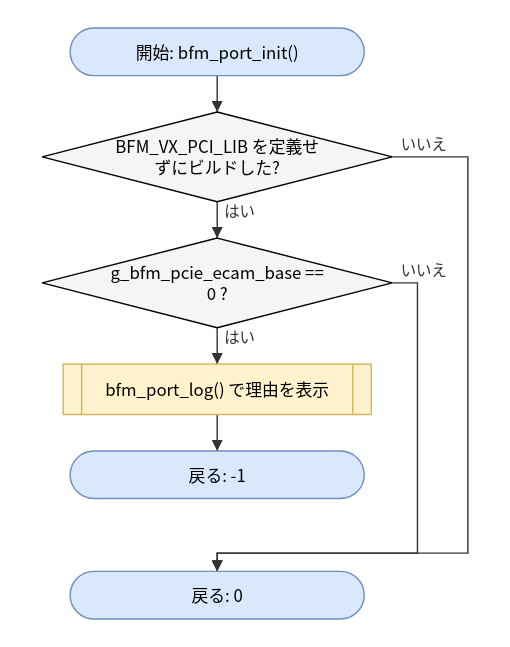
hf355051012-ai/bfmem keeps this draw.io diagram as doc/spec/images/flow_port_vxworks_port_vxworks__bfm_port_init.drawio.svg. Above is the earlier version. Source tidied: cells renumbered, new cells last; positions are measured from the earlier drawing's top-left corner, leaving out a move shared by most shapes.
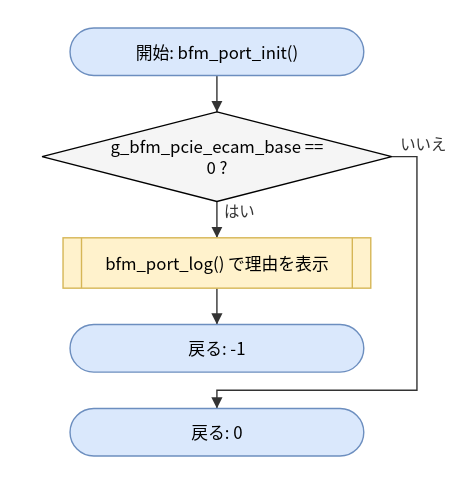
The same file after the commit.

Diff of the diagram source:
```diff
@@ -5,50 +5,35 @@
     <mxCell id="2" value="開始: bfm_port_init()" style="rounded=1;arcSize=50;whiteSpace=wrap;html=1;fillColor=#dae8fc;strokeColor=#6c8ebf;" parent="1" vertex="1">
       <mxGeometry x="20" width="210" height="34" as="geometry" />
     </mxCell>
-    <mxCell id="3" value="BFM_VX_PCI_LIB を定義せ&lt;br&gt;ずにビルドした?" style="rhombus;whiteSpace=wrap;html=1;fillColor=#f5f5f5;" parent="1" vertex="1">
+    <mxCell id="3" value="g_bfm_pcie_ecam_base ==&lt;br&gt;0 ?" style="rhombus;whiteSpace=wrap;html=1;fillColor=#f5f5f5;" parent="1" vertex="1">
       <mxGeometry y="60" width="250" height="64" as="geometry" />
     </mxCell>
-    <mxCell id="4" value="g_bfm_pcie_ecam_base ==&lt;br&gt;0 ?" style="rhombus;whiteSpace=wrap;html=1;fillColor=#f5f5f5;" parent="1" vertex="1">
-      <mxGeometry y="150" width="250" height="64" as="geometry" />
+    <mxCell id="4" value="bfm_port_log() で理由を表示" style="shape=process;whiteSpace=wrap;html=1;backgroundOutline=1;size=0.06;fillColor=#fff2cc;strokeColor=#d6b656;" parent="1" vertex="1">
+      <mxGeometry x="15" y="150" width="220" height="36" as="geometry" />
     </mxCell>
-    <mxCell id="5" value="bfm_port_log() で理由を表示" style="shape=process;whiteSpace=wrap;html=1;backgroundOutline=1;size=0.06;fillColor=#fff2cc;strokeColor=#d6b656;" parent="1" vertex="1">
-      <mxGeometry x="15" y="240" width="220" height="36" as="geometry" />
+    <mxCell id="5" value="戻る: -1" style="rounded=1;arcSize=50;whiteSpace=wrap;html=1;fillColor=#dae8fc;strokeColor=#6c8ebf;" parent="1" vertex="1">
+      <mxGeometry x="20" y="212" width="210" height="34" as="geometry" />
     </mxCell>
-    <mxCell id="6" value="戻る: -1" style="rounded=1;arcSize=50;whiteSpace=wrap;html=1;fillColor=#dae8fc;strokeColor=#6c8ebf;" parent="1" vertex="1">
-      <mxGeometry x="20" y="302" width="210" height="34" as="geometry" />
+    <mxCell id="6" value="戻る: 0" style="rounded=1;arcSize=50;whiteSpace=wrap;html=1;fillColor=#dae8fc;strokeColor=#6c8ebf;" parent="1" vertex="1">
+      <mxGeometry x="20" y="272" width="210" height="34" as="geometry" />
     </mxCell>
-    <mxCell id="7" value="戻る: 0" style="rounded=1;arcSize=50;whiteSpace=wrap;html=1;fillColor=#dae8fc;strokeColor=#6c8ebf;" parent="1" vertex="1">
-      <mxGeometry x="20" y="388" width="210" height="34" as="geometry" />
-    </mxCell>
     <mxCell id="8" style="edgeStyle=none;html=1;rounded=0;endArrow=block;endFill=1;exitX=0.5000;exitY=1.0000;exitDx=0;exitDy=0;exitPerimeter=0;entryX=0.5000;entryY=0.0000;entryDx=0;entryDy=0;entryPerimeter=0;" parent="1" edge="1" source="2" target="3">
       <mxGeometry relative="1" as="geometry" />
     </mxCell>
     <mxCell id="9" value="はい" style="edgeStyle=none;html=1;rounded=0;endArrow=block;endFill=1;exitX=0.5000;exitY=1.0000;exitDx=0;exitDy=0;exitPerimeter=0;entryX=0.5000;entryY=0.0000;entryDx=0;entryDy=0;entryPerimeter=0;" parent="1" edge="1" source="3" target="4">
       <mxGeometry relative="1" as="geometry" />
     </mxCell>
-    <mxCell id="10" value="はい" style="edgeStyle=none;html=1;rounded=0;endArrow=block;endFill=1;exitX=0.5000;exitY=1.0000;exitDx=0;exitDy=0;exitPerimeter=0;entryX=0.5000;entryY=0.0000;entryDx=0;entryDy=0;entryPerimeter=0;" parent="1" edge="1" source="4" target="5">
+    <mxCell id="10" style="edgeStyle=none;html=1;rounded=0;endArrow=block;endFill=1;exitX=0.5000;exitY=1.0000;exitDx=0;exitDy=0;exitPerimeter=0;entryX=0.5000;entryY=0.0000;entryDx=0;entryDy=0;entryPerimeter=0;" parent="1" edge="1" source="4" target="5">
       <mxGeometry relative="1" as="geometry" />
     </mxCell>
-    <mxCell id="11" style="edgeStyle=none;html=1;rounded=0;endArrow=block;endFill=1;exitX=0.5000;exitY=1.0000;exitDx=0;exitDy=0;exitPerimeter=0;entryX=0.5000;entryY=0.0000;entryDx=0;entryDy=0;entryPerimeter=0;" parent="1" edge="1" source="5" target="6">
-      <mxGeometry relative="1" as="geometry" />
+    <mxCell id="11" value="いいえ" style="edgeStyle=none;html=1;rounded=0;endArrow=block;endFill=1;exitX=1.0000;exitY=0.5000;exitDx=0;exitDy=0;exitPerimeter=0;entryX=0.5000;entryY=0.0000;entryDx=0;entryDy=0;entryPerimeter=0;" parent="1" edge="1" source="3" target="6">
+      <mxGeometry relative="1" as="geometry">
+        <Array as="points">
+          <mxPoint x="268" y="92" />
+          <mxPoint x="268" y="259" />
+          <mxPoint x="125" y="259" />
+        </Array>
+      </mxGeometry>
     </mxCell>
-    <mxCell id="12" value="いいえ" style="edgeStyle=none;html=1;rounded=0;endArrow=block;endFill=1;exitX=1.0000;exitY=0.5000;exitDx=0;exitDy=0;exitPerimeter=0;entryX=0.5000;entryY=0.0000;entryDx=0;entryDy=0;entryPerimeter=0;" parent="1" edge="1" source="4" target="7">
-      <mxGeometry relative="1" as="geometry">
-        <Array as="points">
-          <mxPoint x="268" y="182" />
-          <mxPoint x="268" y="375" />
-          <mxPoint x="125" y="375" />
-        </Array>
-      </mxGeometry>
-    </mxCell>
-    <mxCell id="13" value="いいえ" style="edgeStyle=none;html=1;rounded=0;endArrow=block;endFill=1;exitX=1.0000;exitY=0.5000;exitDx=0;exitDy=0;exitPerimeter=0;entryX=0.5000;entryY=0.0000;entryDx=0;entryDy=0;entryPerimeter=0;" parent="1" edge="1" source="3" target="7">
-      <mxGeometry relative="1" as="geometry">
-        <Array as="points">
-          <mxPoint x="304" y="92" />
-          <mxPoint x="304" y="375" />
-          <mxPoint x="125" y="375" />
-        </Array>
-      </mxGeometry>
-    </mxCell>
   </root>
 </mxGraphModel>
```
